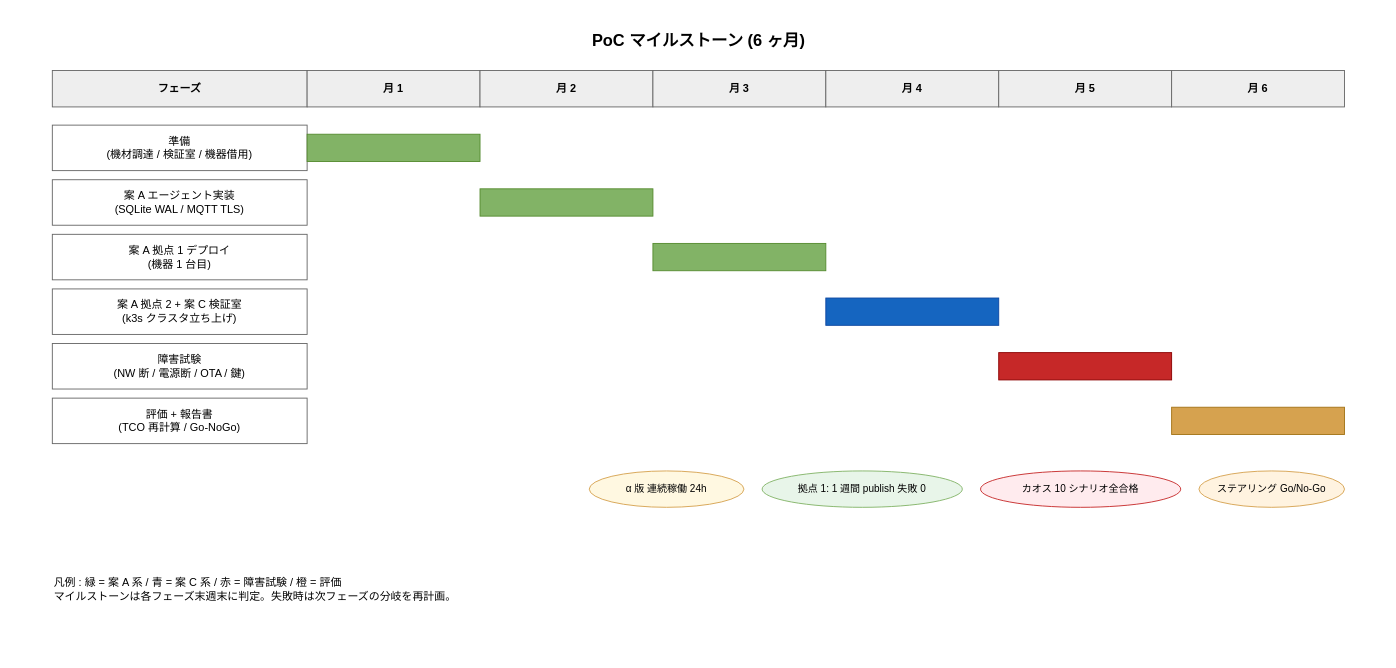
The draw.io diagram docs/02_構想設計/01_アーキテクチャ/05_接続と共存/01_IoTエッジ接続/img/PoCマイルストーン.drawio in RyuheiKiso/k1s0, before the edit. Source tidied: cells renumbered, new cells numbered last; positions are measured from the earlier drawing's top-left corner, leaving out a move shared by most shapes. Both pictures are drawn from the tidied source at 91%, with x=0, y=0 at pixel (15, 15).
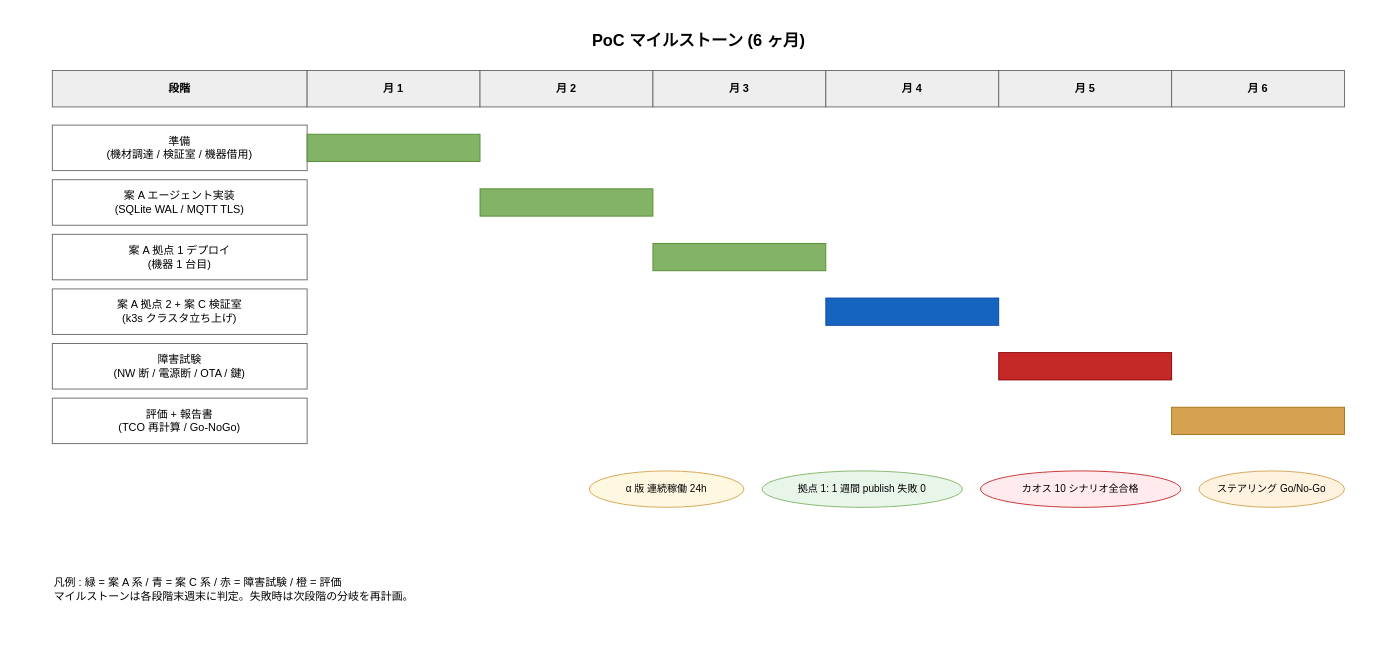
After the change.

The edit, as a diff of the source:
```diff
@@
-    <mxCell id="4" value="フェーズ" style="rounded=0;whiteSpace=wrap;html=1;fillColor=#eeeeee;strokeColor=#666666;fontStyle=1;" parent="1" vertex="1">
+    <mxCell id="4" value="段階" style="rounded=0;whiteSpace=wrap;html=1;fillColor=#eeeeee;strokeColor=#666666;fontStyle=1;" parent="1" vertex="1">
       <mxGeometry x="40" y="60" width="280" height="40" as="geometry" />
     </mxCell>
@@
-    <mxCell id="27" value="凡例 :  緑 = 案 A 系 / 青 = 案 C 系 / 赤 = 障害試験 / 橙 = 評価&#10;マイルストーンは各フェーズ末週末に判定。失敗時は次フェーズの分岐を再計画。" style="text;html=1;align=left;fontSize=12;verticalAlign=middle;" parent="1" vertex="1">
+    <mxCell id="27" value="凡例 :  緑 = 案 A 系 / 青 = 案 C 系 / 赤 = 障害試験 / 橙 = 評価&#10;マイルストーンは各段階末週末に判定。失敗時は次段階の分岐を再計画。" style="text;html=1;align=left;fontSize=12;verticalAlign=middle;" parent="1" vertex="1">
       <mxGeometry x="40" y="600" width="1420" height="60" as="geometry" />
     </mxCell>
```
